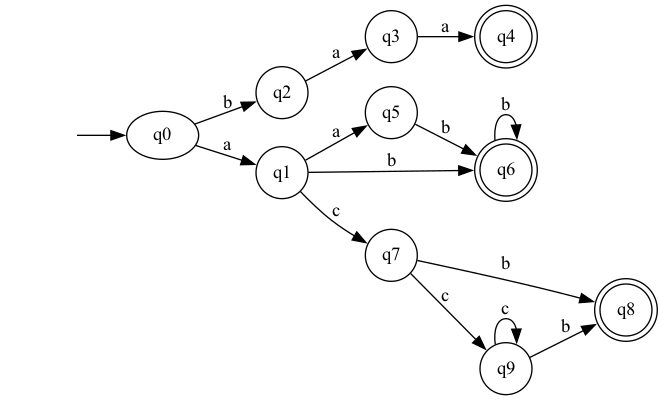
oscarparedez/compiler-project-1 keeps this Graphviz diagram as DFA FROM SUBSETS.gv.png. Above is the earlier version. Its source is kept beside it as DFA FROM SUBSETS.gv.
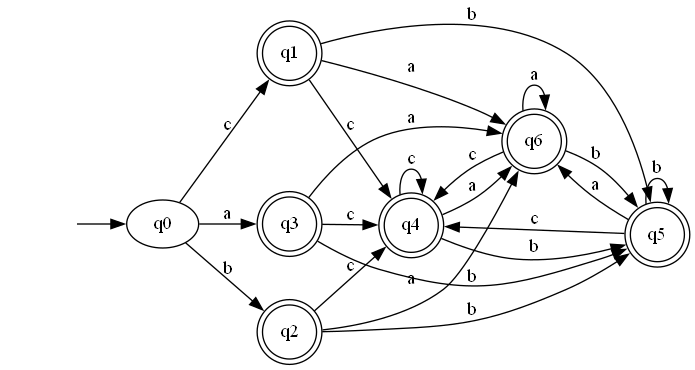
The same file after the commit.

The edit, as a diff of the source:
```diff
@@ -2,26 +2,31 @@
 	graph [rankdir=LR]
 	"" [label="" shape=plaintext]
 	q4 [label=q4 shape=doublecircle]
-	q7 [label=q7 shape=doublecircle]
-	q9 [label=q9 shape=doublecircle]
-	q1 [label=q1 shape=circle]
-	q6 [label=q6 shape=circle]
-	q5 [label=q5 shape=circle]
-	q3 [label=q3 shape=circle]
-	q8 [label=q8 shape=circle]
-	q2 [label=q2 shape=circle]
+	q6 [label=q6 shape=doublecircle]
+	q1 [label=q1 shape=doublecircle]
+	q2 [label=q2 shape=doublecircle]
+	q3 [label=q3 shape=doublecircle]
+	q5 [label=q5 shape=doublecircle]
 	"" -> q0 [label=""]
-	q0 -> q1 [label=a]
+	q0 -> q1 [label=c]
 	q0 -> q2 [label=b]
-	q2 -> q3 [label=a]
-	q3 -> q4 [label=a]
-	q1 -> q5 [label=c]
+	q0 -> q3 [label=a]
+	q3 -> q4 [label=c]
+	q3 -> q5 [label=b]
+	q3 -> q6 [label=a]
+	q6 -> q4 [label=c]
+	q6 -> q5 [label=b]
+	q6 -> q6 [label=a]
+	q5 -> q4 [label=c]
+	q5 -> q5 [label=b]
+	q5 -> q6 [label=a]
+	q4 -> q4 [label=c]
+	q4 -> q5 [label=b]
+	q4 -> q6 [label=a]
+	q2 -> q4 [label=c]
+	q2 -> q5 [label=b]
+	q2 -> q6 [label=a]
+	q1 -> q4 [label=c]
+	q1 -> q5 [label=b]
 	q1 -> q6 [label=a]
-	q1 -> q7 [label=b]
-	q7 -> q7 [label=b]
-	q6 -> q7 [label=b]
-	q5 -> q8 [label=c]
-	q5 -> q9 [label=b]
-	q8 -> q8 [label=c]
-	q8 -> q9 [label=b]
 }
```
